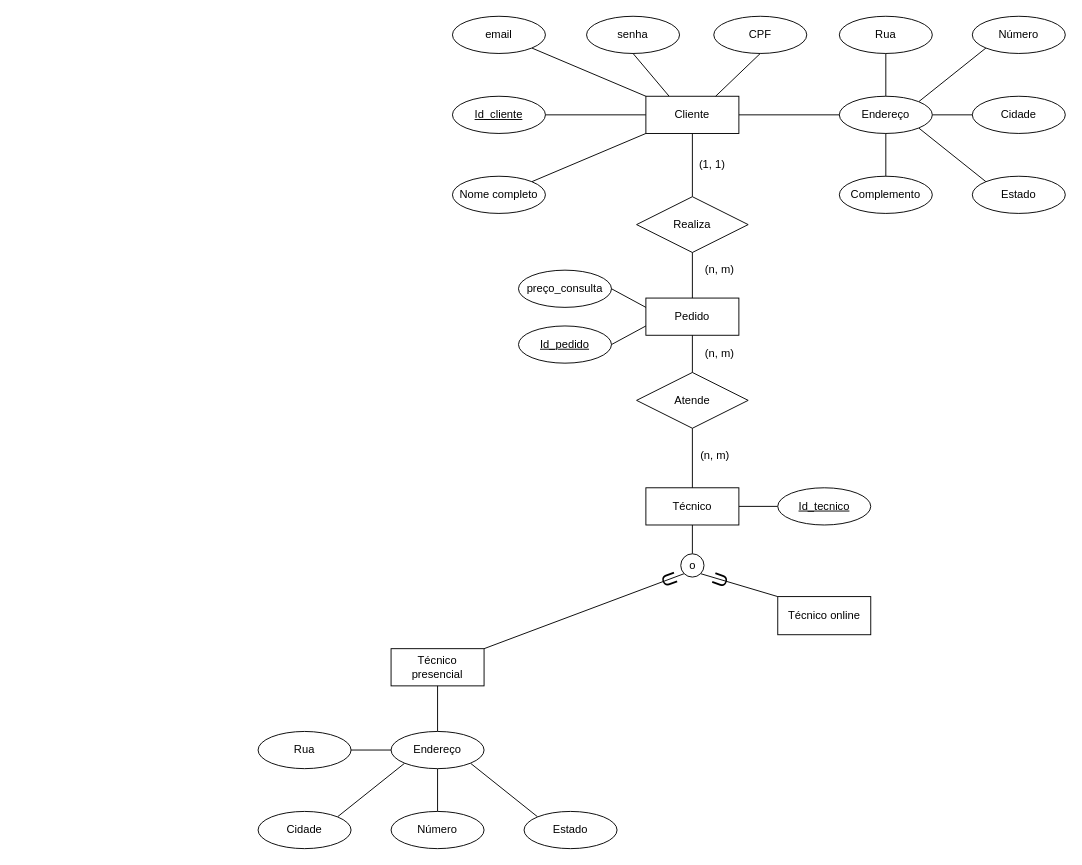
Earlier version of the draw.io diagram page "Diagrama ER" (2 of 4) of Project diagrams and requirements/Tech assistance.drawio (felipepmoreno/Tech-assistanceSoftware). Source tidied: cells renumbered, new cells numbered last; positions are measured from the earlier drawing's top-left corner, leaving out a move shared by most shapes. Both pictures are drawn from the tidied source at 93%, with x=0, y=0 at pixel (258, 16).
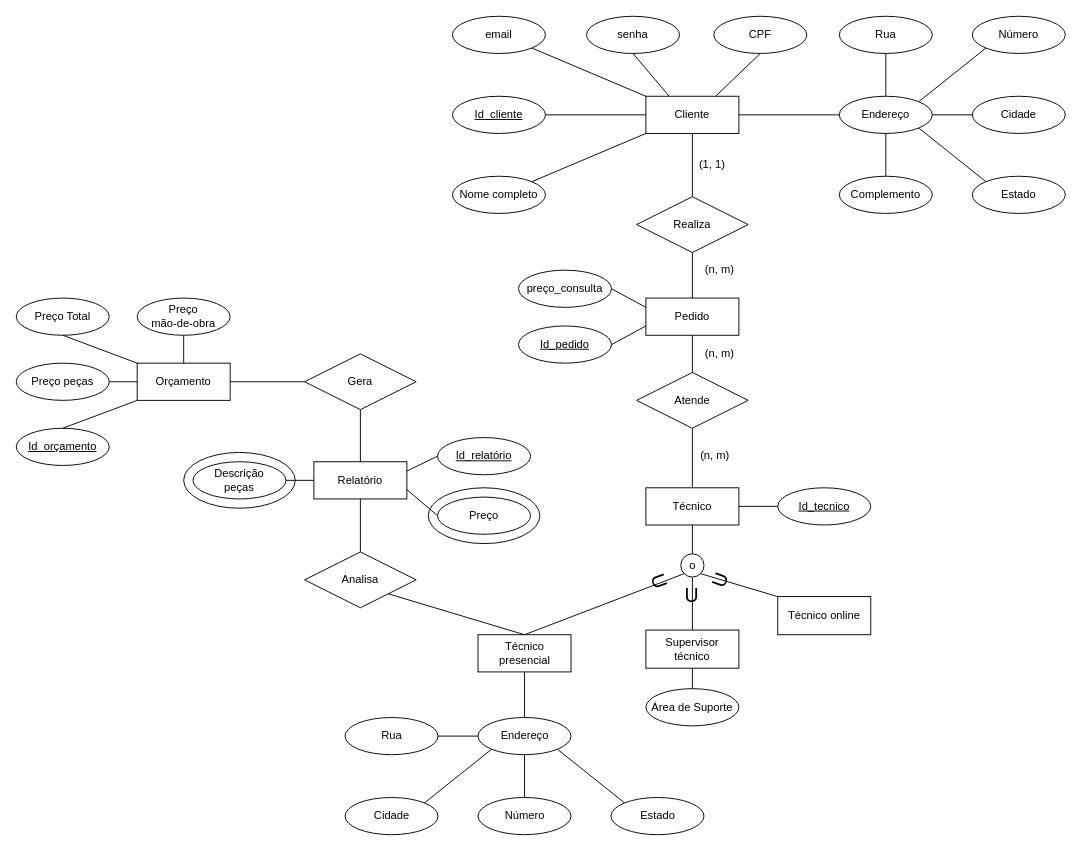
Above is the later version.

Unchanged cells that the change refers to:
```xml
<mxCell id="33" value="o" style="ellipse;whiteSpace=wrap;html=1;" parent="1" vertex="1">
  <mxGeometry x="454.5" y="578" width="25" height="25" as="geometry" />
</mxCell>
```

Diff of the diagram source:
```diff
@@
+    <mxCell id="61" style="ellipse;whiteSpace=wrap;html=1;" parent="1" vertex="1">
+      <mxGeometry x="-80" y="469" width="120" height="60" as="geometry" />
+    </mxCell>
+    <mxCell id="62" style="ellipse;whiteSpace=wrap;html=1;" parent="1" vertex="1">
+      <mxGeometry x="183" y="507" width="120" height="60" as="geometry" />
+    </mxCell>
@@
-    <mxCell id="20" style="edgeStyle=none;rounded=0;jettySize=auto;html=1;exitX=1;exitY=0;exitDx=0;exitDy=0;endArrow=none;endFill=0;entryX=0;entryY=1;entryDx=0;entryDy=0;" parent="1" edge="1" source="21" target="33">
+    <mxCell id="20" style="edgeStyle=none;rounded=0;jettySize=auto;html=1;exitX=0.5;exitY=0;exitDx=0;exitDy=0;endArrow=none;endFill=0;entryX=0;entryY=1;entryDx=0;entryDy=0;" parent="1" edge="1" source="21" target="33">
       <mxGeometry relative="1" as="geometry" />
     </mxCell>
     <mxCell id="21" value="Técnico presencial" style="whiteSpace=wrap;html=1;align=center;" parent="1" vertex="1">
-      <mxGeometry x="143" y="680" width="100" height="40" as="geometry" />
+      <mxGeometry x="236.5" y="665" width="100" height="40" as="geometry" />
     </mxCell>
@@
     <mxCell id="35" value="U" style="text;html=1;align=center;verticalAlign=middle;fontSize=21;rotation=70;" parent="1" vertex="1">
-      <mxGeometry x="431" y="590" width="25" height="29" as="geometry" />
+      <mxGeometry x="420" y="592" width="25" height="29" as="geometry" />
     </mxCell>
@@
     <mxCell id="41" value="Endereço" style="ellipse;whiteSpace=wrap;html=1;align=center;" parent="1" vertex="1">
-      <mxGeometry x="143" y="769" width="100" height="40" as="geometry" />
+      <mxGeometry x="236.5" y="754" width="100" height="40" as="geometry" />
     </mxCell>
     <mxCell id="42" value="Rua" style="ellipse;whiteSpace=wrap;html=1;align=center;" parent="1" vertex="1">
-      <mxGeometry y="769" width="100" height="40" as="geometry" />
+      <mxGeometry x="93.5" y="754" width="100" height="40" as="geometry" />
     </mxCell>
     <mxCell id="43" value="Número" style="ellipse;whiteSpace=wrap;html=1;align=center;" parent="1" vertex="1">
-      <mxGeometry x="143" y="855" width="100" height="40" as="geometry" />
+      <mxGeometry x="236.5" y="840" width="100" height="40" as="geometry" />
     </mxCell>
     <mxCell id="44" value="Cidade" style="ellipse;whiteSpace=wrap;html=1;align=center;" parent="1" vertex="1">
-      <mxGeometry y="855" width="100" height="40" as="geometry" />
+      <mxGeometry x="93.5" y="840" width="100" height="40" as="geometry" />
     </mxCell>
     <mxCell id="45" value="Estado" style="ellipse;whiteSpace=wrap;html=1;align=center;" parent="1" vertex="1">
-      <mxGeometry x="286" y="855" width="100" height="40" as="geometry" />
+      <mxGeometry x="379.5" y="840" width="100" height="40" as="geometry" />
     </mxCell>
@@
+    <mxCell id="63" value="Analisa" style="shape=rhombus;perimeter=rhombusPerimeter;whiteSpace=wrap;html=1;align=center;" parent="1" vertex="1">
+      <mxGeometry x="50" y="576" width="120" height="60" as="geometry" />
+    </mxCell>
+    <mxCell id="64" style="endArrow=none;html=1;exitX=0.5;exitY=0;exitDx=0;exitDy=0;entryX=1;entryY=1;entryDx=0;entryDy=0;" parent="1" edge="1" source="21" target="63">
+      <mxGeometry relative="1" as="geometry" />
+    </mxCell>
+    <mxCell id="65" value="Relatório" style="whiteSpace=wrap;html=1;align=center;" parent="1" vertex="1">
+      <mxGeometry x="60" y="479" width="100" height="40" as="geometry" />
+    </mxCell>
+    <mxCell id="66" style="endArrow=none;html=1;exitX=0.5;exitY=0;exitDx=0;exitDy=0;entryX=0.5;entryY=1;entryDx=0;entryDy=0;" parent="1" edge="1" source="63" target="65">
+      <mxGeometry relative="1" as="geometry" />
+    </mxCell>
+    <mxCell id="67" value="Gera" style="shape=rhombus;perimeter=rhombusPerimeter;whiteSpace=wrap;html=1;align=center;" parent="1" vertex="1">
+      <mxGeometry x="50" y="363" width="120" height="60" as="geometry" />
+    </mxCell>
+    <mxCell id="68" style="endArrow=none;html=1;exitX=0.5;exitY=0;exitDx=0;exitDy=0;entryX=0.5;entryY=1;entryDx=0;entryDy=0;" parent="1" edge="1" source="65" target="67">
+      <mxGeometry relative="1" as="geometry" />
+    </mxCell>
+    <mxCell id="69" value="Orçamento" style="whiteSpace=wrap;html=1;align=center;" parent="1" vertex="1">
+      <mxGeometry x="-130" y="373" width="100" height="40" as="geometry" />
+    </mxCell>
+    <mxCell id="70" style="endArrow=none;html=1;exitX=0;exitY=0.5;exitDx=0;exitDy=0;" parent="1" edge="1" source="67" target="69">
+      <mxGeometry relative="1" as="geometry" />
+    </mxCell>
+    <mxCell id="71" value="Preço" style="ellipse;whiteSpace=wrap;html=1;align=center;" parent="1" vertex="1">
+      <mxGeometry x="193" y="517" width="100" height="40" as="geometry" />
+    </mxCell>
+    <mxCell id="72" value="Descrição&lt;br&gt;peças" style="ellipse;whiteSpace=wrap;html=1;align=center;" parent="1" vertex="1">
+      <mxGeometry x="-70" y="479" width="100" height="40" as="geometry" />
+    </mxCell>
+    <mxCell id="73" style="endArrow=none;html=1;exitX=1;exitY=0.75;exitDx=0;exitDy=0;entryX=0;entryY=0.5;entryDx=0;entryDy=0;" parent="1" edge="1" source="65" target="71">
+      <mxGeometry relative="1" as="geometry" />
+    </mxCell>
+    <mxCell id="74" style="endArrow=none;html=1;exitX=0;exitY=0.5;exitDx=0;exitDy=0;entryX=1;entryY=0.5;entryDx=0;entryDy=0;" parent="1" edge="1" source="65" target="72">
+      <mxGeometry relative="1" as="geometry" />
+    </mxCell>
+    <mxCell id="75" value="Preço&lt;br&gt;mão-de-obra" style="ellipse;whiteSpace=wrap;html=1;align=center;" parent="1" vertex="1">
+      <mxGeometry x="-130" y="303" width="100" height="40" as="geometry" />
+    </mxCell>
+    <mxCell id="76" value="Preço peças" style="ellipse;whiteSpace=wrap;html=1;align=center;" parent="1" vertex="1">
+      <mxGeometry x="-260" y="373" width="100" height="40" as="geometry" />
+    </mxCell>
+    <mxCell id="77" style="endArrow=none;html=1;exitX=0.5;exitY=0;exitDx=0;exitDy=0;entryX=0.5;entryY=1;entryDx=0;entryDy=0;" parent="1" edge="1" source="69" target="75">
+      <mxGeometry relative="1" as="geometry" />
+    </mxCell>
+    <mxCell id="78" style="endArrow=none;html=1;exitX=1;exitY=0.5;exitDx=0;exitDy=0;" parent="1" edge="1" source="76">
+      <mxGeometry relative="1" as="geometry">
+        <mxPoint x="-130" y="393" as="targetPoint" />
+      </mxGeometry>
+    </mxCell>
+    <mxCell id="79" value="Preço Total" style="ellipse;whiteSpace=wrap;html=1;align=center;" parent="1" vertex="1">
+      <mxGeometry x="-260" y="303" width="100" height="40" as="geometry" />
+    </mxCell>
+    <mxCell id="80" value="&lt;u&gt;Id_orçamento&lt;/u&gt;" style="ellipse;whiteSpace=wrap;html=1;align=center;" parent="1" vertex="1">
+      <mxGeometry x="-260" y="443" width="100" height="40" as="geometry" />
+    </mxCell>
+    <mxCell id="81" style="endArrow=none;html=1;exitX=0.5;exitY=0;exitDx=0;exitDy=0;entryX=0;entryY=1;entryDx=0;entryDy=0;" parent="1" edge="1" source="80" target="69">
+      <mxGeometry relative="1" as="geometry" />
+    </mxCell>
+    <mxCell id="82" style="endArrow=none;html=1;exitX=0.5;exitY=1;exitDx=0;exitDy=0;entryX=0;entryY=0;entryDx=0;entryDy=0;" parent="1" edge="1" source="79" target="69">
+      <mxGeometry relative="1" as="geometry" />
+    </mxCell>
+    <mxCell id="83" value="&lt;u&gt;Id_relatório&lt;/u&gt;" style="ellipse;whiteSpace=wrap;html=1;align=center;" parent="1" vertex="1">
+      <mxGeometry x="193" y="453" width="100" height="40" as="geometry" />
+    </mxCell>
+    <mxCell id="84" style="endArrow=none;html=1;entryX=0;entryY=0.5;entryDx=0;entryDy=0;exitX=1;exitY=0.25;exitDx=0;exitDy=0;" parent="1" edge="1" source="65" target="83">
+      <mxGeometry relative="1" as="geometry" />
+    </mxCell>
+    <mxCell id="85" value="Supervisor técnico" style="whiteSpace=wrap;html=1;align=center;" parent="1" vertex="1">
+      <mxGeometry x="417" y="660" width="100" height="41" as="geometry" />
+    </mxCell>
+    <mxCell id="86" style="endArrow=none;html=1;entryX=0.5;entryY=1;entryDx=0;entryDy=0;exitX=0.5;exitY=0;exitDx=0;exitDy=0;" parent="1" edge="1" source="85" target="33">
+      <mxGeometry relative="1" as="geometry" />
+    </mxCell>
+    <mxCell id="87" value="U" style="text;html=1;align=center;verticalAlign=middle;fontSize=21;rotation=0;" parent="1" vertex="1">
+      <mxGeometry x="453.2" y="607" width="25" height="29" as="geometry" />
+    </mxCell>
+    <mxCell id="88" value="Área de Suporte" style="ellipse;whiteSpace=wrap;html=1;align=center;" parent="1" vertex="1">
+      <mxGeometry x="417" y="723" width="100" height="40" as="geometry" />
+    </mxCell>
+    <mxCell id="89" style="endArrow=none;html=1;entryX=0.5;entryY=0;entryDx=0;entryDy=0;exitX=0.5;exitY=1;exitDx=0;exitDy=0;" parent="1" edge="1" source="85" target="88">
+      <mxGeometry relative="1" as="geometry" />
+    </mxCell>
```
